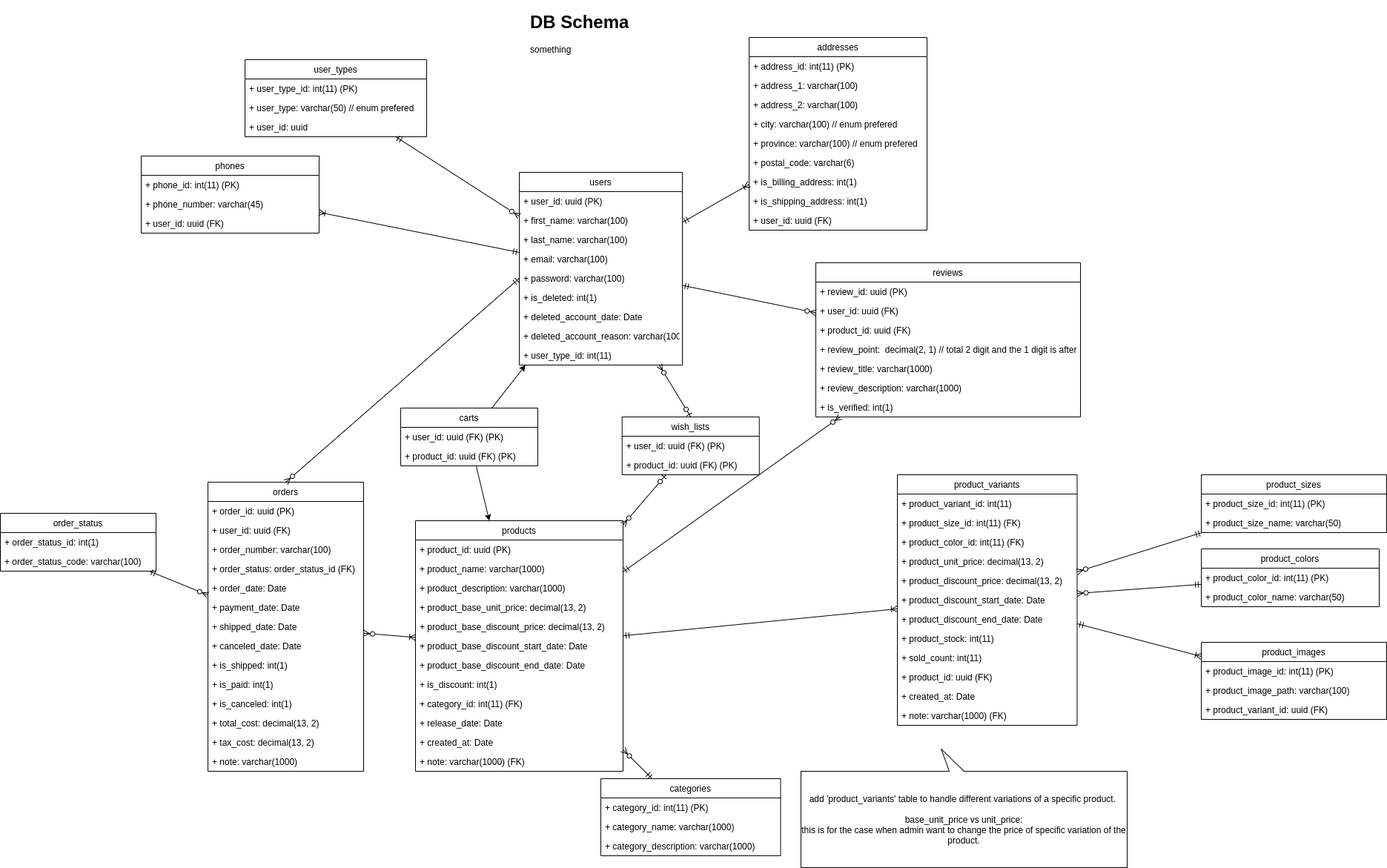
stsiwo/e-commerce-starter-kits keeps this draw.io diagram as db-design.png. Above is the earlier version. Source tidied: cells renumbered, new cells last; positions are measured from the earlier drawing's top-left corner, leaving out a move shared by most shapes.
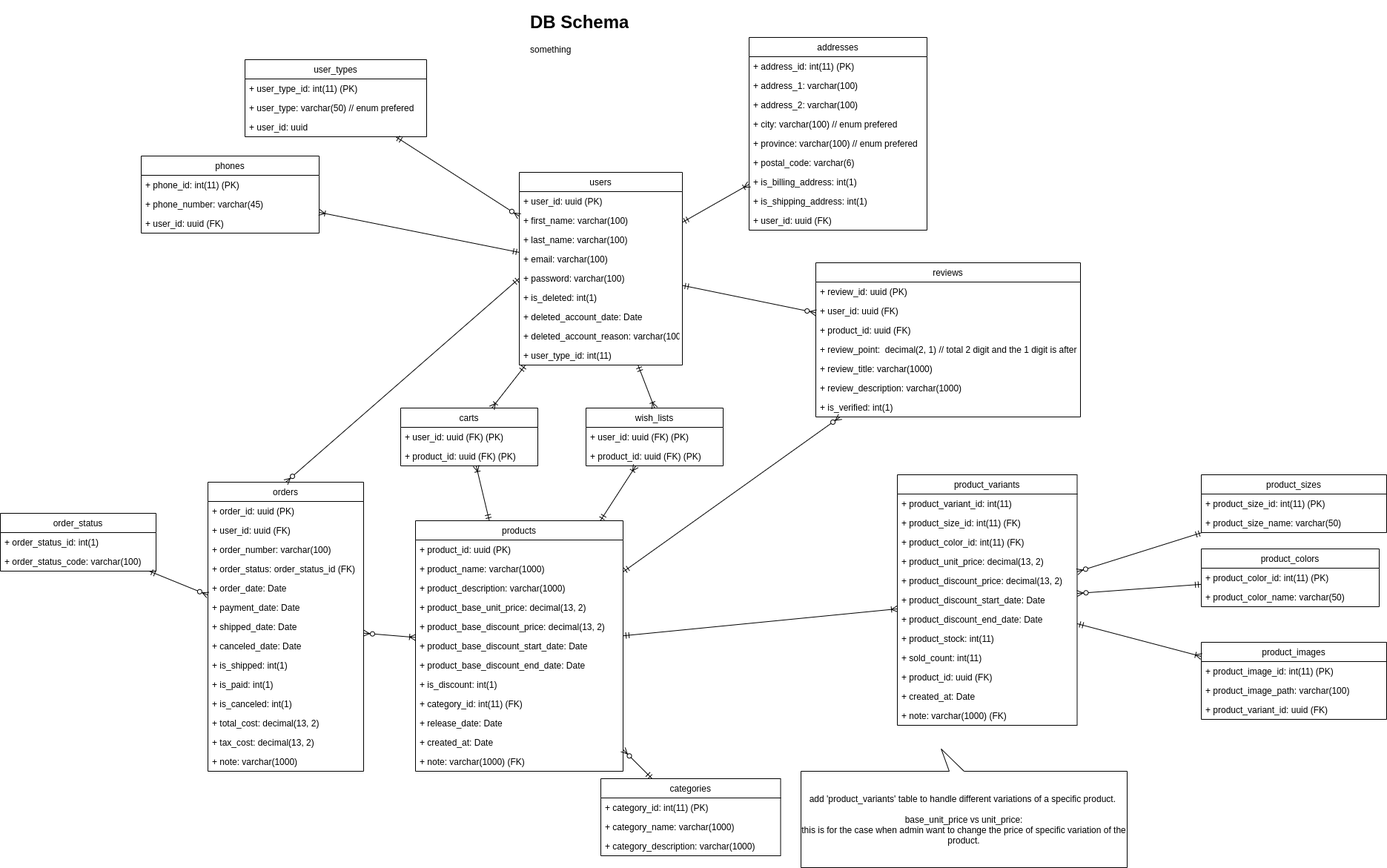
After the commit.

The edit, as a diff of the source:
```diff
@@ -17,7 +17,7 @@
     <mxCell id="6" style="edgeStyle=none;rounded=0;jettySize=auto;html=1;startArrow=ERmandOne;startFill=0;endArrow=ERzeroToMany;endFill=1;entryX=0.5;entryY=0;entryDx=0;entryDy=0;exitX=0;exitY=0.5;exitDx=0;exitDy=0;" parent="1" edge="1" source="14" target="55">
       <mxGeometry relative="1" as="geometry" />
     </mxCell>
-    <mxCell id="7" style="edgeStyle=none;rounded=0;jettySize=auto;html=1;entryX=0.5;entryY=0;entryDx=0;entryDy=0;startArrow=ERzeroToMany;startFill=1;endArrow=ERzeroToOne;endFill=1;" parent="1" edge="1" source="9" target="84">
+    <mxCell id="7" style="edgeStyle=none;rounded=0;jettySize=auto;html=1;entryX=0.5;entryY=0;entryDx=0;entryDy=0;startArrow=ERmandOne;startFill=0;endArrow=ERoneToMany;endFill=0;" parent="1" edge="1" source="9" target="84">
       <mxGeometry relative="1" as="geometry" />
     </mxCell>
     <mxCell id="8" style="edgeStyle=none;rounded=0;jettySize=auto;html=1;startArrow=ERmandOne;startFill=0;endArrow=ERzeroToMany;endFill=1;" parent="1" edge="1" source="9" target="87">
@@ -110,7 +110,7 @@
     <mxCell id="37" style="rounded=0;jettySize=auto;html=1;endArrow=ERmandOne;endFill=0;startArrow=ERzeroToMany;startFill=1;" parent="1" edge="1" source="41" target="80">
       <mxGeometry relative="1" as="geometry" />
     </mxCell>
-    <mxCell id="38" style="edgeStyle=none;rounded=0;jettySize=auto;html=1;startArrow=ERzeroToMany;startFill=1;endArrow=ERzeroToOne;endFill=1;" parent="1" edge="1" source="41" target="84">
+    <mxCell id="38" style="edgeStyle=none;rounded=0;jettySize=auto;html=1;startArrow=ERmandOne;startFill=0;endArrow=ERoneToMany;endFill=0;" parent="1" edge="1" source="41" target="84">
       <mxGeometry relative="1" as="geometry" />
     </mxCell>
     <mxCell id="39" style="edgeStyle=none;rounded=0;jettySize=auto;html=1;startArrow=ERmandOne;startFill=0;endArrow=ERzeroToMany;endFill=1;" parent="1" edge="1" source="41" target="87">
@@ -249,7 +249,7 @@
       <mxGeometry y="78" width="242.5" height="26" as="geometry" />
     </mxCell>
     <mxCell id="84" value="wish_lists" style="swimlane;fontStyle=0;horizontal=1;startSize=26;fillColor=none;" parent="1" vertex="1">
-      <mxGeometry x="838.8" y="552" width="185" height="78" as="geometry" />
+      <mxGeometry x="790" y="540" width="185" height="78" as="geometry" />
     </mxCell>
     <mxCell id="85" value="+ user_id: uuid (FK) (PK)" style="text;strokeColor=none;fillColor=none;align=left;verticalAlign=top;spacingLeft=4;spacingRight=4;overflow=hidden;" parent="84" vertex="1">
       <mxGeometry y="26" width="185" height="26" as="geometry" />
@@ -344,10 +344,10 @@
     <mxCell id="115" value="add 'product_variants' table to handle different variations of a specific product.&amp;nbsp;&lt;br&gt;&lt;br&gt;base_unit_price vs unit_price:&lt;br&gt;this is for the case when admin want to change the price of specific variation of the product.&lt;br&gt;" style="shape=callout;whiteSpace=wrap;html=1;perimeter=calloutPerimeter;direction=west;position2=0.57;" parent="1" vertex="1">
       <mxGeometry x="1080" y="1000" width="440" height="160" as="geometry" />
     </mxCell>
-    <mxCell id="116" style="rounded=0;jettySize=auto;html=1;" parent="1" edge="1" source="118" target="9">
+    <mxCell id="116" style="rounded=0;jettySize=auto;html=1;endArrow=ERmandOne;endFill=0;startArrow=ERoneToMany;startFill=0;" parent="1" edge="1" source="118" target="9">
       <mxGeometry relative="1" as="geometry" />
     </mxCell>
-    <mxCell id="117" style="edgeStyle=none;rounded=0;jettySize=auto;html=1;" parent="1" edge="1" source="118" target="41">
+    <mxCell id="117" style="edgeStyle=none;rounded=0;jettySize=auto;html=1;endArrow=ERmandOne;endFill=0;startArrow=ERoneToMany;startFill=0;" parent="1" edge="1" source="118" target="41">
       <mxGeometry relative="1" as="geometry" />
     </mxCell>
     <mxCell id="118" value="carts" style="swimlane;fontStyle=0;horizontal=1;startSize=26;fillColor=none;" parent="1" vertex="1">
```
